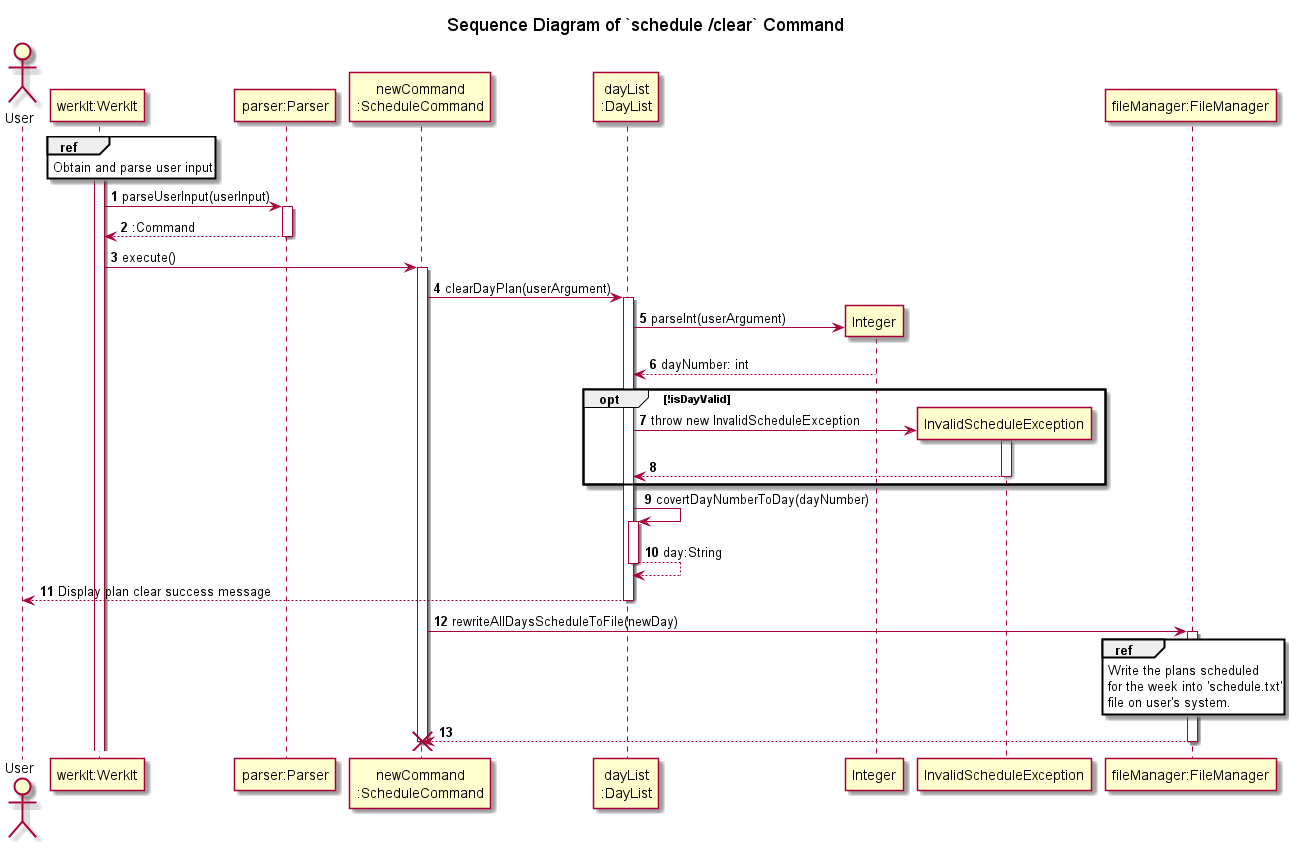
Earlier version of the PlantUML export docs/uml/sequenceDiagrams/schedule/images/clearSchedule.png (nus-cs2113-AY2122S2/tp).
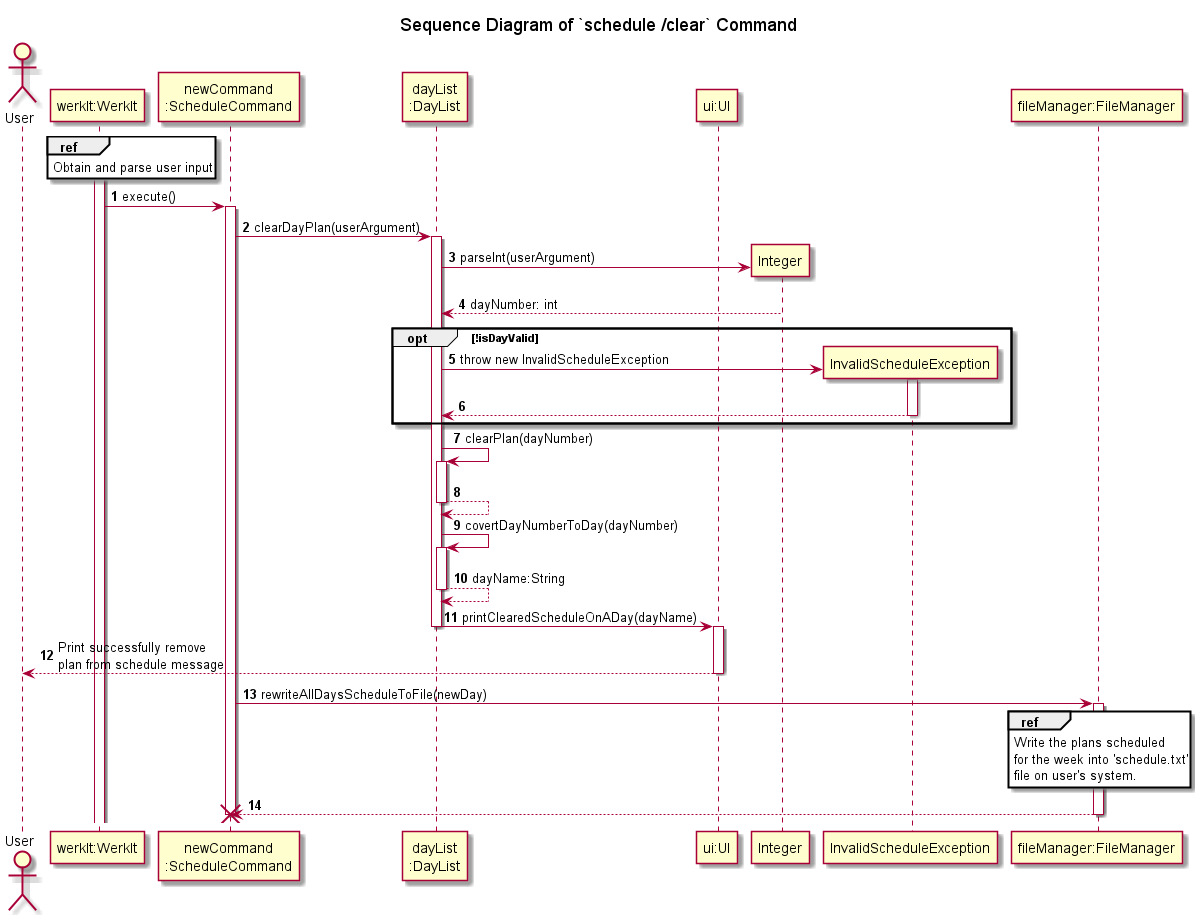
After the change.

Commit message:
update the DG with latest info on schedule features

Diff of the diagram source:
```diff
@@ -7,20 +7,15 @@
 
 actor   User
 participant "werkIt:WerkIt" AS WerkIt
-participant "parser:Parser" AS Parser
+
 participant "newCommand\n:ScheduleCommand" AS newCommand
 participant "dayList\n:DayList" AS DayList
-
+participant "ui:UI" As UI
 
 activate WerkIt
 ref over WerkIt
 Obtain and parse user input
 end
-
-WerkIt -> Parser : parseUserInput(userInput)
-activate Parser
-WerkIt <-- Parser : :Command
-deactivate Parser
 
 WerkIt -> newCommand : execute()
 activate newCommand
@@ -38,11 +33,17 @@
 return
 deactivate ise
 end
+DayList -> DayList : clearPlan(dayNumber)
+activate DayList
+return
 DayList -> DayList : covertDayNumberToDay(dayNumber)
 activate DayList
-return day:String
-DayList --> User : Display plan clear success message
+return dayName:String
+DayList -> UI : printClearedScheduleOnADay(dayName)
 deactivate DayList
+activate UI
+UI--> User: Print successfully remove \nplan from schedule message
+deactivate UI
 
 participant "fileManager:FileManager" as FileManager
 newCommand -> FileManager : rewriteAllDaysScheduleToFile(newDay)
```
